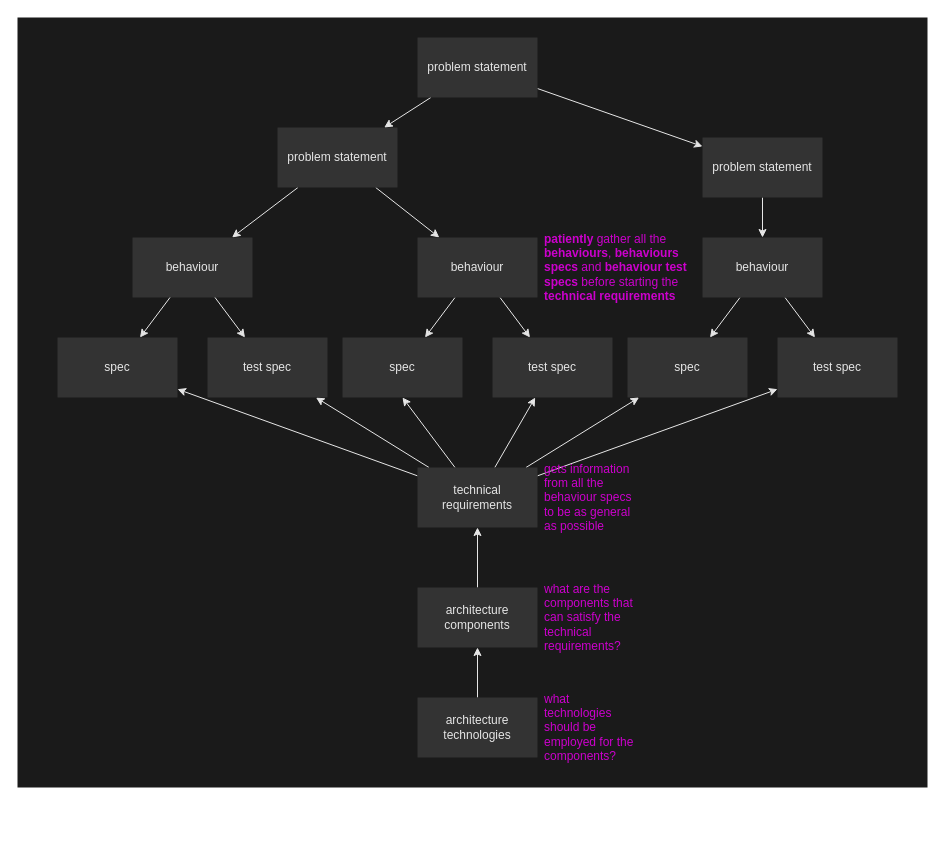
Before: docs/sphinx/static/img/full-dev-flow.drawio in lifespline/agile, a draw.io diagram. Source tidied: cells renumbered, new cells numbered last; positions are measured from the earlier drawing's top-left corner, leaving out a move shared by most shapes. Both pictures are drawn from the tidied source at 100%, with x=0, y=0 at pixel (17, 17).
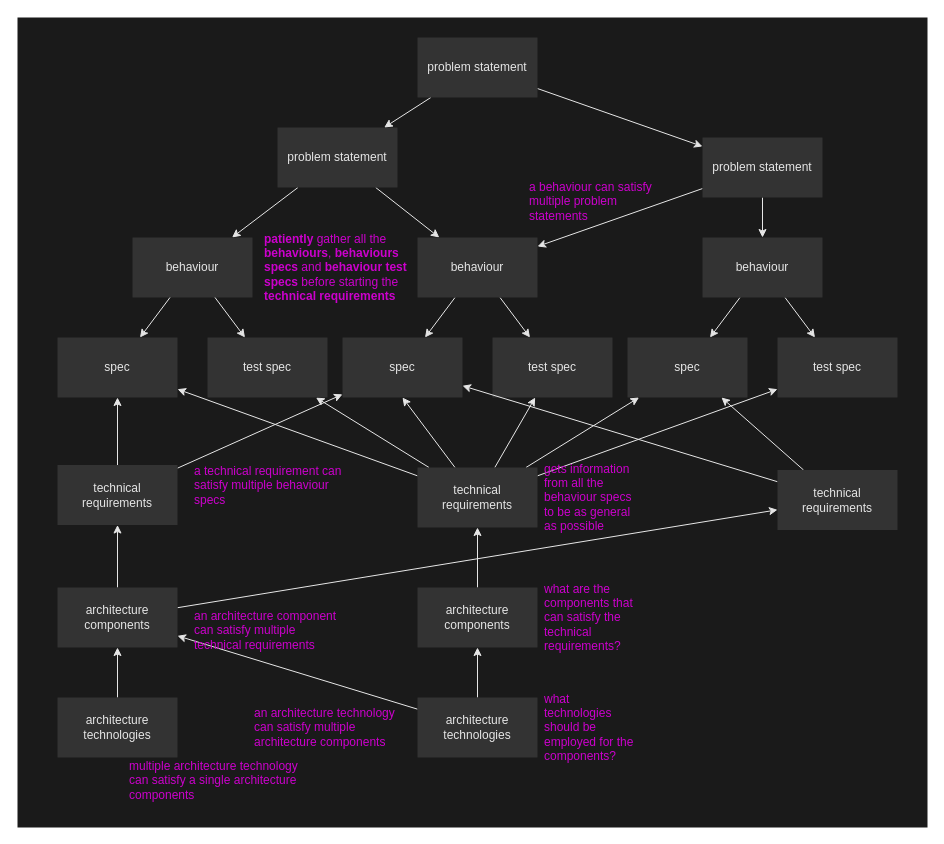
The same page after the edit.

Commit message (it also covers changes not shown here):
doc: add relations arities between dev flow components

The change refers to these unchanged cells:
```xml
<mxCell id="8" value="behaviour" style="rounded=0;whiteSpace=wrap;html=1;strokeColor=none;fillColor=#333333;fontColor=#E6E6E6;" parent="1" vertex="1">
  <mxGeometry x="400" y="220" width="120" height="60" as="geometry" />
</mxCell>
<mxCell id="9" value="spec" style="rounded=0;whiteSpace=wrap;html=1;strokeColor=none;fillColor=#333333;fontColor=#E6E6E6;" parent="1" vertex="1">
  <mxGeometry x="325" y="320" width="120" height="60" as="geometry" />
</mxCell>
<mxCell id="12" value="problem statement" style="rounded=0;whiteSpace=wrap;html=1;strokeColor=none;fillColor=#333333;fontColor=#E6E6E6;" parent="1" vertex="1">
  <mxGeometry x="685" y="120" width="120" height="60" as="geometry" />
</mxCell>
<mxCell id="16" value="spec" style="rounded=0;whiteSpace=wrap;html=1;strokeColor=none;fillColor=#333333;fontColor=#E6E6E6;" parent="1" vertex="1">
  <mxGeometry x="610" y="320" width="120" height="60" as="geometry" />
</mxCell>
<mxCell id="31" value="architecture&lt;br&gt;technologies" style="rounded=0;whiteSpace=wrap;html=1;strokeColor=none;fillColor=#333333;fontColor=#E6E6E6;" parent="1" vertex="1">
  <mxGeometry x="400" y="680" width="120" height="60" as="geometry" />
</mxCell>
<mxCell id="39" value="spec" style="rounded=0;whiteSpace=wrap;html=1;strokeColor=none;fillColor=#333333;fontColor=#E6E6E6;" parent="1" vertex="1">
  <mxGeometry x="40" y="320" width="120" height="60" as="geometry" />
</mxCell>
```

The edit, as a diff of the source:
```diff
@@
     <mxCell id="2" style="rounded=0;whiteSpace=wrap;html=1;strokeColor=none;fillColor=#1A1A1A;" parent="1" vertex="1">
-      <mxGeometry width="910" height="770" as="geometry" />
+      <mxGeometry width="910" height="810" as="geometry" />
     </mxCell>
@@
+    <mxCell id="41" style="edgeStyle=none;html=1;strokeColor=#E6E6E6;" parent="1" edge="1" source="12" target="8">
+      <mxGeometry relative="1" as="geometry" />
+    </mxCell>
@@
+    <mxCell id="42" style="edgeStyle=none;html=1;strokeColor=#E6E6E6;" parent="1" edge="1" source="31" target="53">
+      <mxGeometry relative="1" as="geometry" />
+    </mxCell>
@@
     <mxCell id="40" value="&lt;b&gt;patiently &lt;/b&gt;gather all the &lt;b&gt;behaviours&lt;/b&gt;, &lt;b&gt;behaviours specs&lt;/b&gt; and &lt;b&gt;behaviour test specs&lt;/b&gt; before starting the &lt;b&gt;technical requirements&lt;/b&gt;" style="text;html=1;strokeColor=none;fillColor=none;align=left;verticalAlign=middle;whiteSpace=wrap;rounded=0;fontColor=#CC00CC;" parent="1" vertex="1">
-      <mxGeometry x="525" y="203.8" width="150" height="92.5" as="geometry" />
+      <mxGeometry x="245" y="203.8" width="150" height="92.5" as="geometry" />
     </mxCell>
+    <mxCell id="43" style="edgeStyle=none;html=1;strokeColor=#E6E6E6;" parent="1" edge="1" source="45" target="39">
+      <mxGeometry relative="1" as="geometry" />
+    </mxCell>
+    <mxCell id="44" style="edgeStyle=none;html=1;strokeColor=#E6E6E6;" parent="1" edge="1" source="45" target="9">
+      <mxGeometry relative="1" as="geometry" />
+    </mxCell>
+    <mxCell id="45" value="technical&lt;br&gt;requirements" style="rounded=0;whiteSpace=wrap;html=1;strokeColor=none;fillColor=#333333;fontColor=#E6E6E6;" parent="1" vertex="1">
+      <mxGeometry x="40" y="447.5" width="120" height="60" as="geometry" />
+    </mxCell>
+    <mxCell id="46" style="edgeStyle=none;html=1;strokeColor=#E6E6E6;" parent="1" edge="1" source="48" target="16">
+      <mxGeometry relative="1" as="geometry" />
+    </mxCell>
+    <mxCell id="47" style="edgeStyle=none;html=1;strokeColor=#E6E6E6;" parent="1" edge="1" source="48" target="9">
+      <mxGeometry relative="1" as="geometry" />
+    </mxCell>
+    <mxCell id="48" value="technical&lt;br&gt;requirements" style="rounded=0;whiteSpace=wrap;html=1;strokeColor=none;fillColor=#333333;fontColor=#E6E6E6;" parent="1" vertex="1">
+      <mxGeometry x="760" y="452.5" width="120" height="60" as="geometry" />
+    </mxCell>
+    <mxCell id="49" value="a behaviour can satisfy multiple problem statements" style="text;html=1;strokeColor=none;fillColor=none;align=left;verticalAlign=middle;whiteSpace=wrap;rounded=0;fontColor=#CC00CC;" parent="1" vertex="1">
+      <mxGeometry x="510" y="163.8" width="150" height="40" as="geometry" />
+    </mxCell>
+    <mxCell id="50" value="a technical requirement can satisfy multiple behaviour specs" style="text;html=1;strokeColor=none;fillColor=none;align=left;verticalAlign=middle;whiteSpace=wrap;rounded=0;fontColor=#CC00CC;" parent="1" vertex="1">
+      <mxGeometry x="175" y="447.5" width="150" height="40" as="geometry" />
+    </mxCell>
+    <mxCell id="51" style="edgeStyle=none;html=1;strokeColor=#E6E6E6;" parent="1" edge="1" source="53" target="45">
+      <mxGeometry relative="1" as="geometry" />
+    </mxCell>
+    <mxCell id="52" style="edgeStyle=none;html=1;strokeColor=#E6E6E6;" parent="1" edge="1" source="53" target="48">
+      <mxGeometry relative="1" as="geometry" />
+    </mxCell>
+    <mxCell id="53" value="architecture&lt;br&gt;components" style="rounded=0;whiteSpace=wrap;html=1;strokeColor=none;fillColor=#333333;fontColor=#E6E6E6;" parent="1" vertex="1">
+      <mxGeometry x="40" y="570" width="120" height="60" as="geometry" />
+    </mxCell>
+    <mxCell id="54" value="an architecture component can satisfy multiple technical requirements" style="text;html=1;strokeColor=none;fillColor=none;align=left;verticalAlign=middle;whiteSpace=wrap;rounded=0;fontColor=#CC00CC;" parent="1" vertex="1">
+      <mxGeometry x="175" y="592.5" width="150" height="40" as="geometry" />
+    </mxCell>
+    <mxCell id="55" value="an architecture technology&lt;br&gt;can satisfy multiple architecture components" style="text;html=1;strokeColor=none;fillColor=none;align=left;verticalAlign=middle;whiteSpace=wrap;rounded=0;fontColor=#CC00CC;" parent="1" vertex="1">
+      <mxGeometry x="235" y="690" width="150" height="40" as="geometry" />
+    </mxCell>
+    <mxCell id="56" style="edgeStyle=none;html=1;entryX=0.5;entryY=1;entryDx=0;entryDy=0;strokeColor=#E6E6E6;" parent="1" edge="1" source="57" target="53">
+      <mxGeometry relative="1" as="geometry" />
+    </mxCell>
+    <mxCell id="57" value="architecture&lt;br&gt;technologies" style="rounded=0;whiteSpace=wrap;html=1;strokeColor=none;fillColor=#333333;fontColor=#E6E6E6;" parent="1" vertex="1">
+      <mxGeometry x="40" y="680" width="120" height="60" as="geometry" />
+    </mxCell>
+    <mxCell id="58" value="multiple architecture technology&lt;br&gt;can satisfy a single architecture components" style="text;html=1;strokeColor=none;fillColor=none;align=left;verticalAlign=middle;whiteSpace=wrap;rounded=0;fontColor=#CC00CC;" parent="1" vertex="1">
+      <mxGeometry x="110" y="742.5" width="180" height="40" as="geometry" />
+    </mxCell>
```
